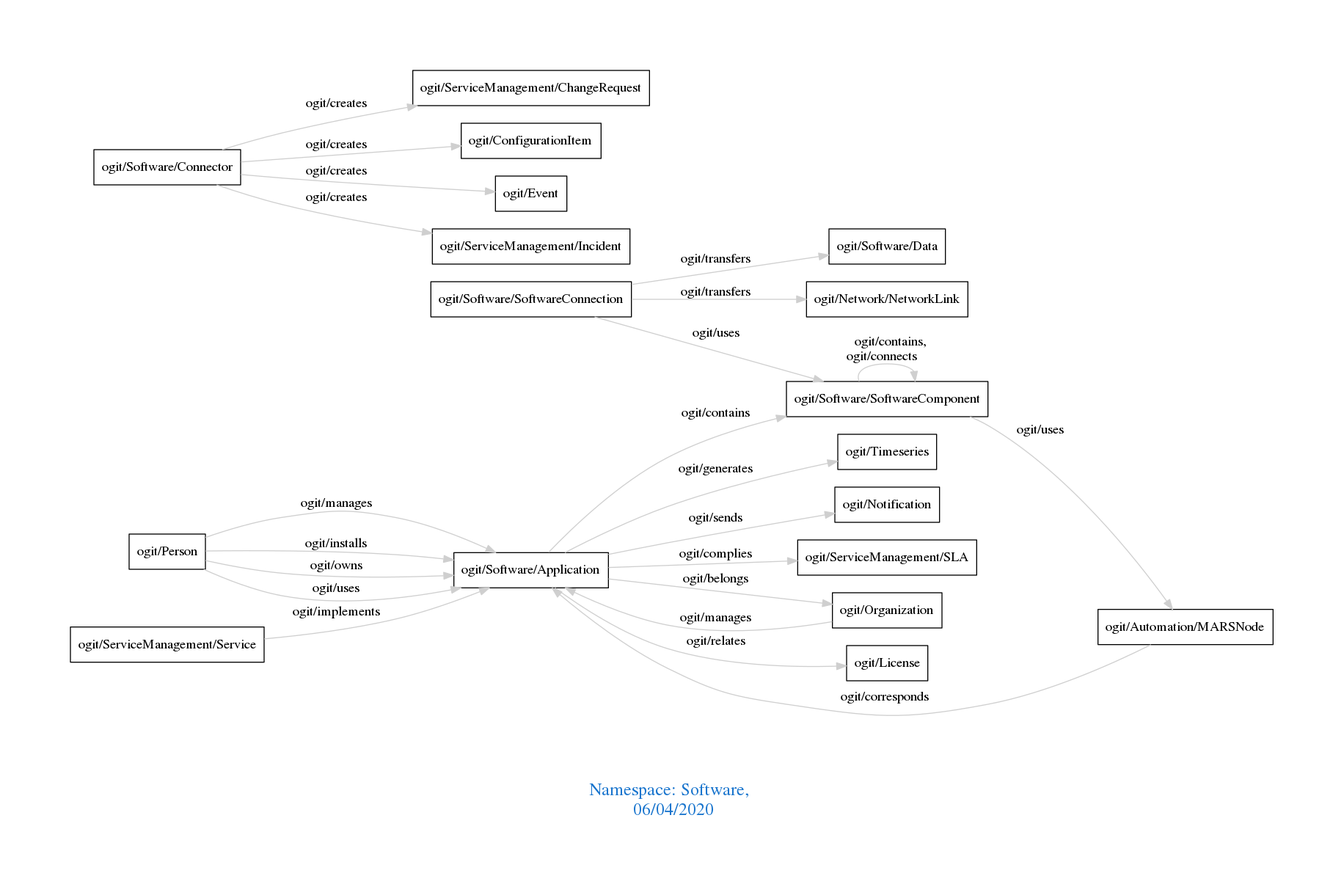
The Graphviz diagram downloads/Software.png in arago/OGIT, before a commit. Its source is kept beside it as downloads/Software.dot.
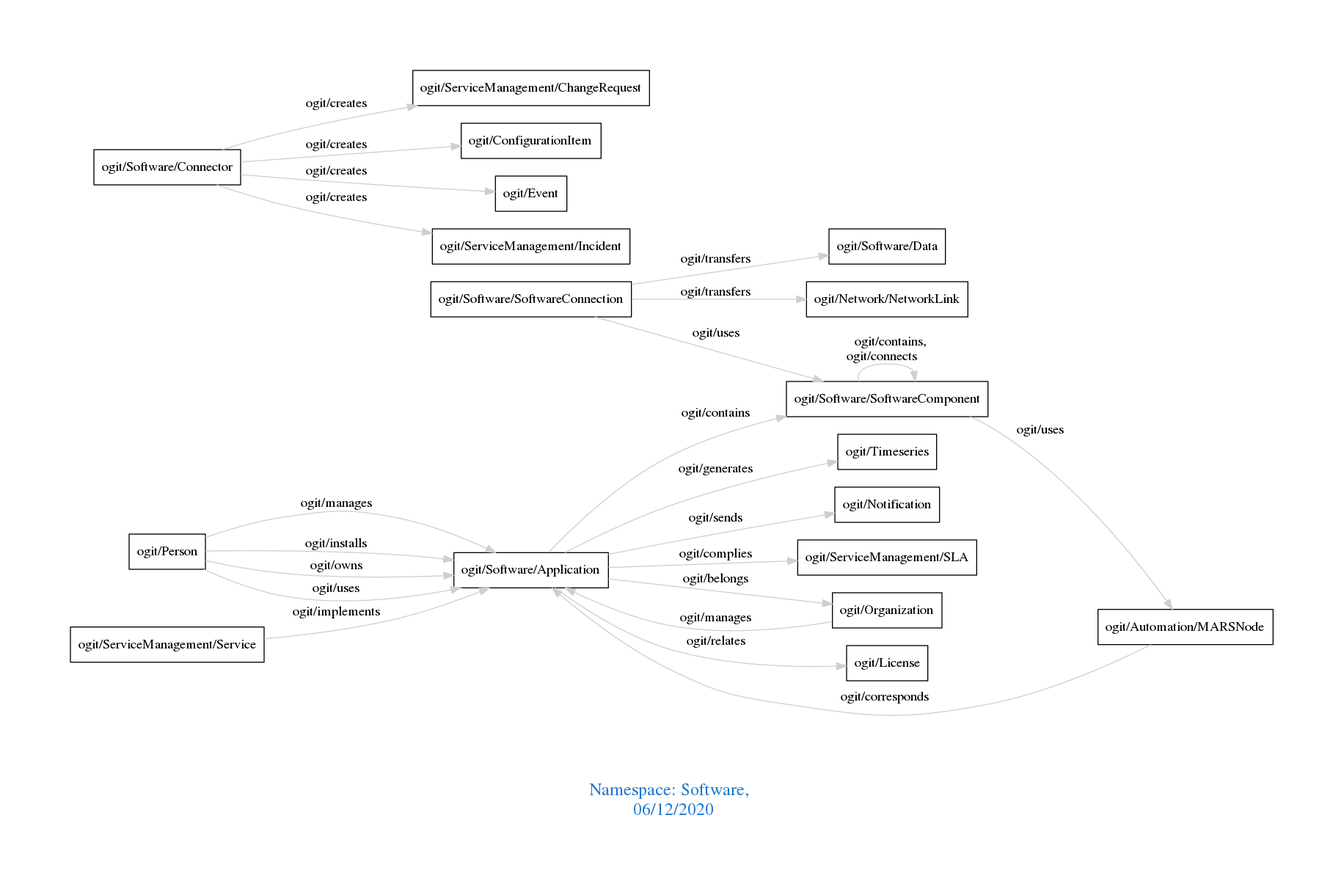
Above is the later version.

Diff of the diagram source:
```diff
@@ -1,7 +1,7 @@
 digraph OGIT_ontology {
  graph [ rankdir= LR,pad=1
 fontsize = 18,
-fontcolor= dodgerblue3,label = "\n\n\nNamespace: Software, \n 06/04/2020"];
+fontcolor= dodgerblue3,label = "\n\n\nNamespace: Software, \n 06/12/2020"];
 node[shape=polygon];
 edge [  color="gray81"];
 
```
